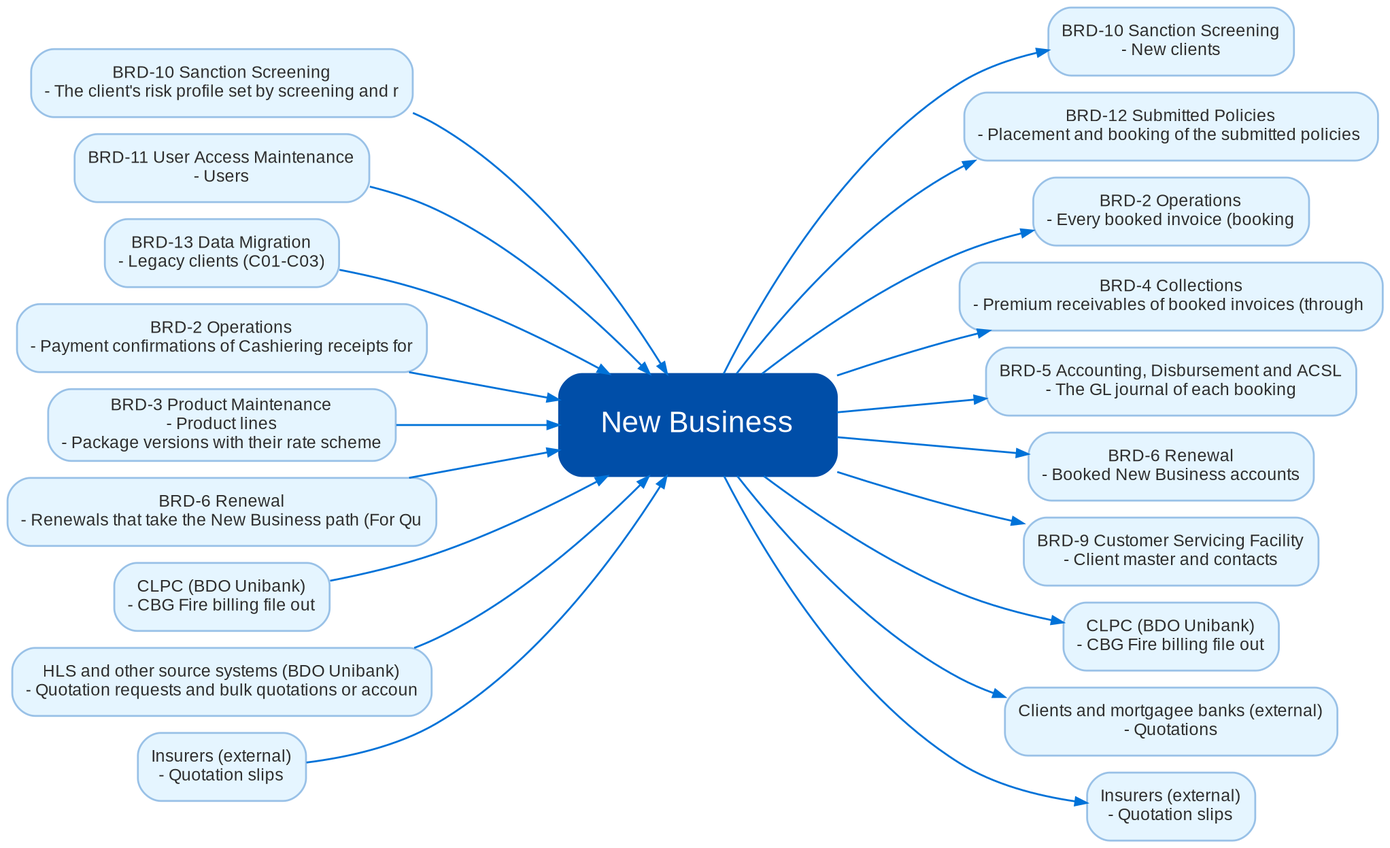
Before: docs/deliverables/src/BRD-01_New_Business/figures/brd01_contract_map.png, a diagram exported from Graphviz (IortaTexhNXT-DEV/FinVerse). Its source is kept beside it as docs/deliverables/src/BRD-01_New_Business/figures/brd01_contract_map.dot.
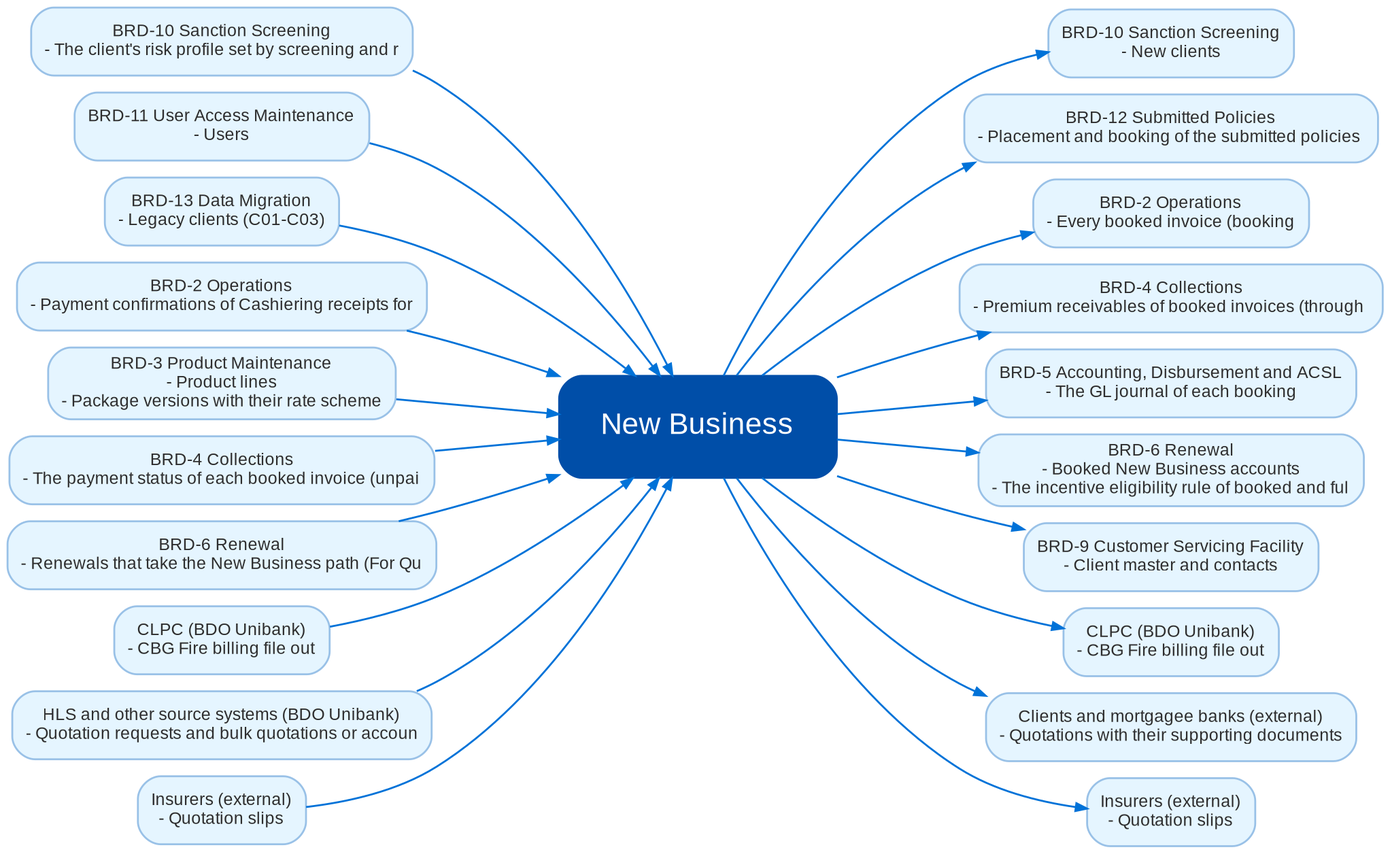
The same file after the commit.

What changed in the source:
```diff
@@ -13,14 +13,16 @@
   in3 -> core;
   in4 [label="BRD-3 Product Maintenance\n- Product lines\n- Package versions with their rate scheme"];
   in4 -> core;
-  in5 [label="BRD-6 Renewal\n- Renewals that take the New Business path (For Qu"];
+  in5 [label="BRD-4 Collections\n- The payment status of each booked invoice (unpai"];
   in5 -> core;
-  in6 [label="CLPC (BDO Unibank)\n- CBG Fire billing file out"];
+  in6 [label="BRD-6 Renewal\n- Renewals that take the New Business path (For Qu"];
   in6 -> core;
-  in7 [label="HLS and other source systems (BDO Unibank)\n- Quotation requests and bulk quotations or accoun"];
+  in7 [label="CLPC (BDO Unibank)\n- CBG Fire billing file out"];
   in7 -> core;
-  in8 [label="Insurers (external)\n- Quotation slips"];
+  in8 [label="HLS and other source systems (BDO Unibank)\n- Quotation requests and bulk quotations or accoun"];
   in8 -> core;
+  in9 [label="Insurers (external)\n- Quotation slips"];
+  in9 -> core;
   out0 [label="BRD-10 Sanction Screening\n- New clients"];
   core -> out0;
   out1 [label="BRD-12 Submitted Policies\n- Placement and booking of the submitted policies "];
@@ -31,13 +33,13 @@
   core -> out3;
   out4 [label="BRD-5 Accounting, Disbursement and ACSL\n- The GL journal of each booking"];
   core -> out4;
-  out5 [label="BRD-6 Renewal\n- Booked New Business accounts"];
+  out5 [label="BRD-6 Renewal\n- Booked New Business accounts\n- The incentive eligibility rule of booked and ful"];
   core -> out5;
   out6 [label="BRD-9 Customer Servicing Facility\n- Client master and contacts"];
   core -> out6;
   out7 [label="CLPC (BDO Unibank)\n- CBG Fire billing file out"];
   core -> out7;
-  out8 [label="Clients and mortgagee banks (external)\n- Quotations"];
+  out8 [label="Clients and mortgagee banks (external)\n- Quotations with their supporting documents"];
   core -> out8;
   out9 [label="Insurers (external)\n- Quotation slips"];
   core -> out9;
```
